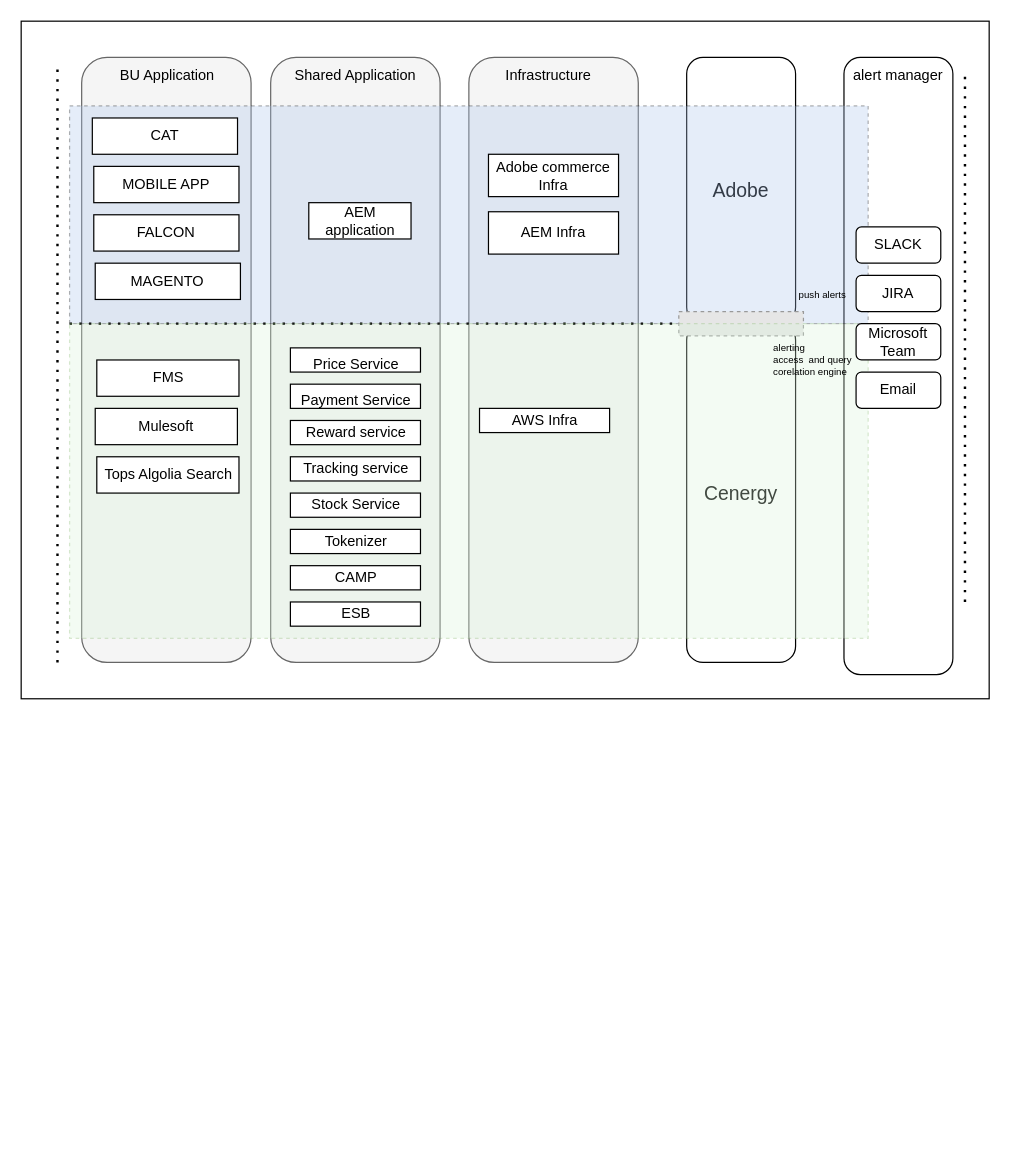
Before: Untitled Diagram.drawio in Panchanitcto/gocd, a draw.io diagram. Source tidied: cells renumbered, new cells numbered last; positions are measured from the earlier drawing's top-left corner, leaving out a move shared by most shapes. Both pictures are drawn from the tidied source at 121%, with x=0, y=0 at pixel (21, 21). Pictures stored in the file or linked from it are replaced by grey dashed boxes.
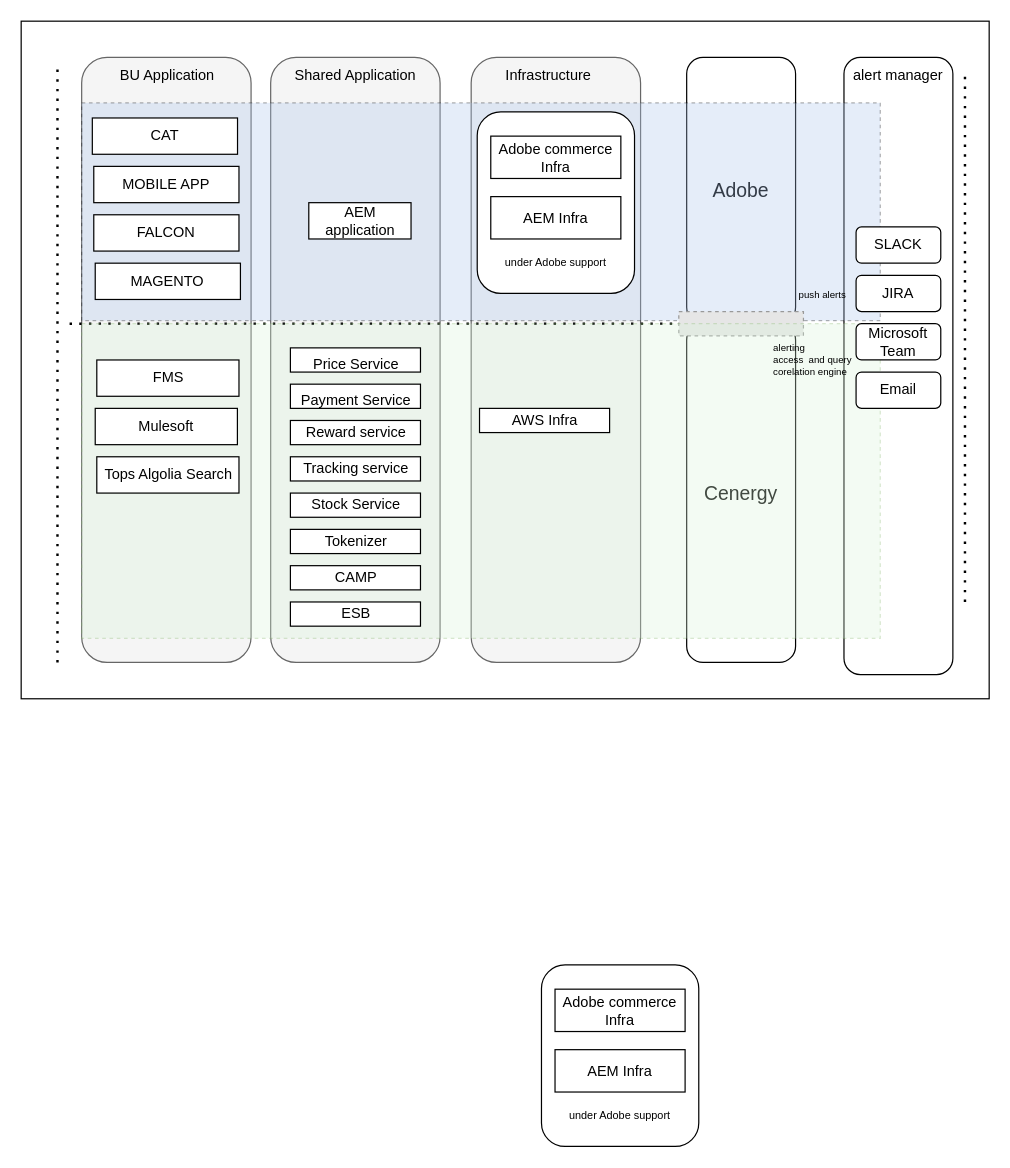
The same diagram, later.

What changed in the source:
```diff
@@
+    <mxCell id="46" style="rounded=1;whiteSpace=wrap;html=1;" parent="1" vertex="1">
+      <mxGeometry x="430" y="780" width="130" height="150" as="geometry" />
+    </mxCell>
+    <mxCell id="47" style="rounded=1;whiteSpace=wrap;html=1;" parent="1" vertex="1">
+      <mxGeometry x="378.8" y="90" width="121.2" height="120" as="geometry" />
+    </mxCell>
+    <mxCell id="48" style="rounded=1;whiteSpace=wrap;html=1;" parent="1" vertex="1">
+      <mxGeometry x="376.9" y="85" width="126.2" height="145" as="geometry" />
+    </mxCell>
+    <mxCell id="49" style="rounded=1;whiteSpace=wrap;html=1;" parent="1" vertex="1">
+      <mxGeometry x="376.2" y="80" width="123.8" height="130" as="geometry" />
+    </mxCell>
+    <mxCell id="50" style="rounded=1;whiteSpace=wrap;html=1;" parent="1" vertex="1">
+      <mxGeometry x="373.8" y="90" width="136.2" height="130" as="geometry" />
+    </mxCell>
@@
     <mxCell id="12" style="rounded=1;whiteSpace=wrap;html=1;align=center;fillColor=#f5f5f5;fontColor=#333333;strokeColor=#666666;" parent="1" vertex="1">
-      <mxGeometry x="370" y="30" width="140" height="500" as="geometry" />
+      <mxGeometry x="371.9" y="30" width="140" height="500" as="geometry" />
     </mxCell>
@@
     <mxCell id="16" style="rounded=0;whiteSpace=wrap;html=1;textOpacity=0;fontColor=none;noLabel=1;labelBackgroundColor=none;fillColor=#A9C4EB;dashed=1;opacity=30;" parent="1" vertex="1">
-      <mxGeometry x="40" y="70" width="660" height="180" as="geometry" />
+      <mxGeometry x="50" y="67.5" width="660" height="180" as="geometry" />
     </mxCell>
@@
     <mxCell id="19" style="rounded=0;whiteSpace=wrap;html=1;textOpacity=0;noLabel=1;labelBackgroundColor=none;fillColor=#d7f0d6;dashed=1;opacity=30;strokeColor=#82b366;" parent="1" vertex="1">
-      <mxGeometry x="40" y="250" width="660" height="260" as="geometry" />
+      <mxGeometry x="50" y="250" width="660" height="260" as="geometry" />
     </mxCell>
@@
-    <mxCell id="27" value="&lt;div style=&quot;&quot;&gt;&lt;div&gt;Adobe commerce Infra&lt;/div&gt;&lt;/div&gt;" style="rounded=0;whiteSpace=wrap;html=1;align=center;strokeColor=#000000;" parent="1" vertex="1">
-      <mxGeometry x="386.2" y="110" width="107.5" height="35" as="geometry" />
-    </mxCell>
     <mxCell id="28" value="&lt;div style=&quot;&quot;&gt;&lt;div&gt;AEM Infra&lt;/div&gt;&lt;/div&gt;" style="rounded=0;whiteSpace=wrap;html=1;align=center;strokeColor=#000000;" parent="1" vertex="1">
-      <mxGeometry x="386.2" y="157.5" width="107.5" height="35" as="geometry" />
+      <mxGeometry x="441.2" y="850" width="107.5" height="35" as="geometry" />
     </mxCell>
@@
+    <mxCell id="51" value="&lt;div style=&quot;&quot;&gt;&lt;div&gt;Adobe commerce Infra&lt;/div&gt;&lt;/div&gt;" style="rounded=0;whiteSpace=wrap;html=1;align=center;strokeColor=#000000;" parent="1" vertex="1">
+      <mxGeometry x="441.2" y="800" width="107.5" height="35" as="geometry" />
+    </mxCell>
+    <mxCell id="52" value="under Adobe support" style="text;html=1;align=center;verticalAlign=middle;whiteSpace=wrap;rounded=0;fontSize=9;" parent="1" vertex="1">
+      <mxGeometry x="445" y="890" width="100" height="30" as="geometry" />
+    </mxCell>
+    <mxCell id="53" style="rounded=1;whiteSpace=wrap;html=1;" parent="1" vertex="1">
+      <mxGeometry x="376.9" y="75" width="130" height="150" as="geometry" />
+    </mxCell>
+    <mxCell id="54" value="&lt;div style=&quot;&quot;&gt;&lt;div&gt;AEM Infra&lt;/div&gt;&lt;/div&gt;" style="rounded=0;whiteSpace=wrap;html=1;align=center;strokeColor=#000000;" parent="1" vertex="1">
+      <mxGeometry x="388.1" y="145" width="107.5" height="35" as="geometry" />
+    </mxCell>
+    <mxCell id="55" value="&lt;div style=&quot;&quot;&gt;&lt;div&gt;Adobe commerce Infra&lt;/div&gt;&lt;/div&gt;" style="rounded=0;whiteSpace=wrap;html=1;align=center;strokeColor=#000000;" parent="1" vertex="1">
+      <mxGeometry x="388.1" y="95" width="107.5" height="35" as="geometry" />
+    </mxCell>
+    <mxCell id="56" value="under Adobe support" style="text;html=1;align=center;verticalAlign=middle;whiteSpace=wrap;rounded=0;fontSize=9;" parent="1" vertex="1">
+      <mxGeometry x="391.9" y="185" width="100" height="30" as="geometry" />
+    </mxCell>
```
